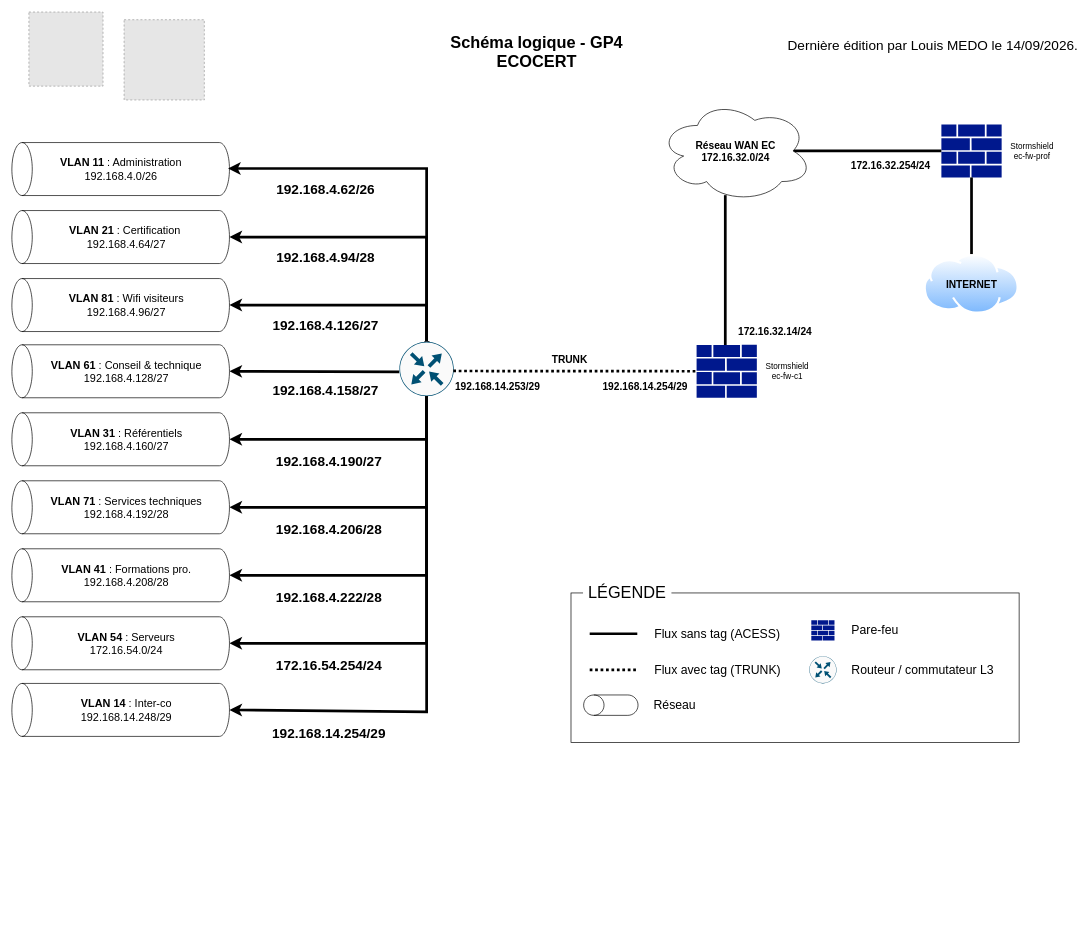
Above: docs/01-ressources/assets/schemas/ecocert-schema-logique-gp4.drawio in FireToak/ecocert-docs (draw.io), before the change. Source tidied: cells renumbered, new cells numbered last; positions are measured from the earlier drawing's top-left corner, leaving out a move shared by most shapes. Both pictures are drawn from the tidied source at 68%, with x=0, y=0 at pixel (29, 12). Pictures stored in the file or linked from it are replaced by grey dashed boxes.
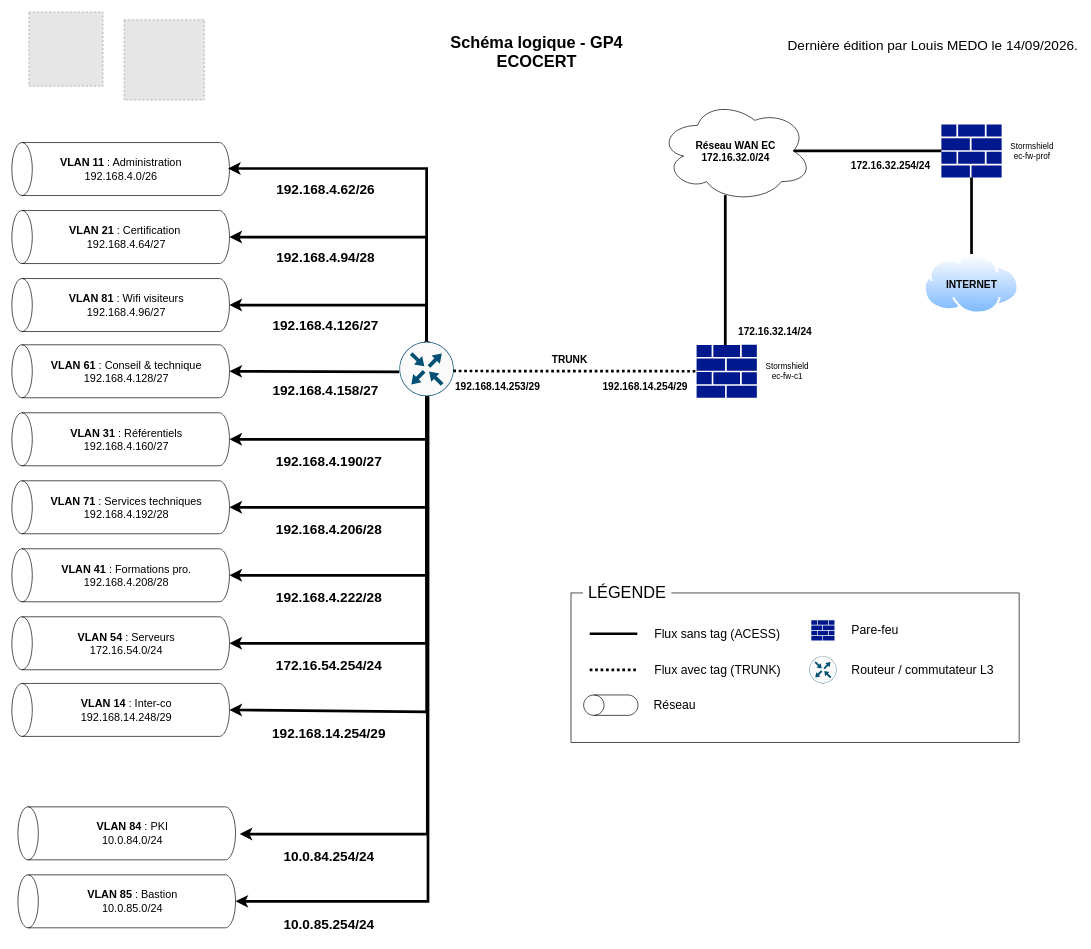
The same page after the edit.

Diff of the diagram source:
```diff
@@
+    <mxCell id="72" style="shape=cylinder3;whiteSpace=wrap;html=1;boundedLbl=1;backgroundOutline=1;size=15;rotation=-90;" parent="1" vertex="1">
+      <mxGeometry x="104.9" y="1048" width="77.9" height="320" as="geometry" />
+    </mxCell>
+    <mxCell id="73" value="&lt;font style=&quot;&quot;&gt;&lt;b style=&quot;font-size: 16px;&quot;&gt;VLAN 84&lt;/b&gt;&lt;span style=&quot;font-size: 16px;&quot;&gt;&amp;nbsp;: PKI&lt;/span&gt;&lt;br&gt;&lt;span style=&quot;font-size: 16px;&quot;&gt;10.0.84.0/24&lt;/span&gt;&lt;/font&gt;" style="text;html=1;align=center;verticalAlign=middle;strokeColor=none;fillColor=none;" parent="1" vertex="1">
+      <mxGeometry x="86.9" y="1183" width="130" height="50" as="geometry" />
+    </mxCell>
+    <mxCell id="74" value="&lt;span style=&quot;font-size: 20px;&quot;&gt;&lt;b&gt;10.0.84.254&lt;/b&gt;&lt;/span&gt;&lt;b style=&quot;font-size: 20px;&quot;&gt;/24&lt;/b&gt;" style="text;html=1;align=center;verticalAlign=middle;strokeColor=none;fillColor=none;" parent="1" vertex="1">
+      <mxGeometry x="361" y="1221" width="160" height="40" as="geometry" />
+    </mxCell>
+    <mxCell id="75" style="endArrow=classic;html=1;rounded=0;exitX=0.5;exitY=1;exitDx=0;exitDy=0;exitPerimeter=0;strokeWidth=4;" parent="1" edge="1">
+      <mxGeometry x="-0.18" relative="1" as="geometry">
+        <mxPoint x="586" y="565.1" as="sourcePoint" />
+        <mxPoint x="310" y="1209" as="targetPoint" />
+        <Array as="points">
+          <mxPoint x="585.9" y="1209" />
+        </Array>
+      </mxGeometry>
+    </mxCell>
+    <mxCell id="76" style="shape=cylinder3;whiteSpace=wrap;html=1;boundedLbl=1;backgroundOutline=1;size=15;rotation=-90;" parent="1" vertex="1">
+      <mxGeometry x="104.9" y="1148" width="77.9" height="320" as="geometry" />
+    </mxCell>
+    <mxCell id="77" value="&lt;font style=&quot;&quot;&gt;&lt;b style=&quot;font-size: 16px;&quot;&gt;VLAN 85&lt;/b&gt;&lt;span style=&quot;font-size: 16px;&quot;&gt;&amp;nbsp;: Bastion&lt;/span&gt;&lt;br&gt;&lt;span style=&quot;font-size: 16px;&quot;&gt;10.0.85.0/24&lt;/span&gt;&lt;/font&gt;" style="text;html=1;align=center;verticalAlign=middle;strokeColor=none;fillColor=none;" parent="1" vertex="1">
+      <mxGeometry x="71.9" y="1283" width="160" height="50" as="geometry" />
+    </mxCell>
+    <mxCell id="78" value="&lt;span style=&quot;font-size: 20px;&quot;&gt;&lt;b&gt;10.0.85.254&lt;/b&gt;&lt;/span&gt;&lt;b style=&quot;font-size: 20px;&quot;&gt;/24&lt;/b&gt;" style="text;html=1;align=center;verticalAlign=middle;strokeColor=none;fillColor=none;" parent="1" vertex="1">
+      <mxGeometry x="361" y="1321" width="160" height="40" as="geometry" />
+    </mxCell>
+    <mxCell id="79" style="endArrow=classic;html=1;rounded=0;exitX=0.5;exitY=1;exitDx=0;exitDy=0;exitPerimeter=0;strokeWidth=4;entryX=0.5;entryY=1;entryDx=0;entryDy=0;entryPerimeter=0;" parent="1" edge="1" target="76">
+      <mxGeometry x="-0.27" relative="1" as="geometry">
+        <mxPoint x="587" y="565.1" as="sourcePoint" />
+        <Array as="points">
+          <mxPoint x="586.9" y="1308" />
+        </Array>
+      </mxGeometry>
+    </mxCell>
```
